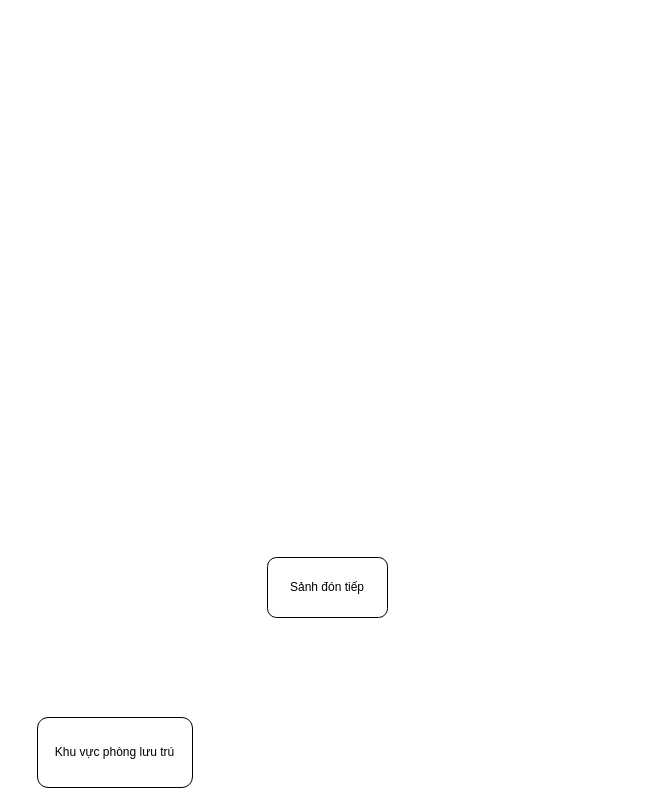
Before: page "Chuyên mục cần quản lí" (2 of 4) of LTQL/PersonalProject/Document/Project-Diagram.drawio in jusrisu2020/File-HK2-Nam3, a draw.io diagram. Source tidied: cells renumbered, new cells numbered last; positions are measured from the earlier drawing's top-left corner, leaving out a move shared by most shapes. Both pictures are drawn from the tidied source at 100%, with x=0, y=0 at pixel (37, 557).
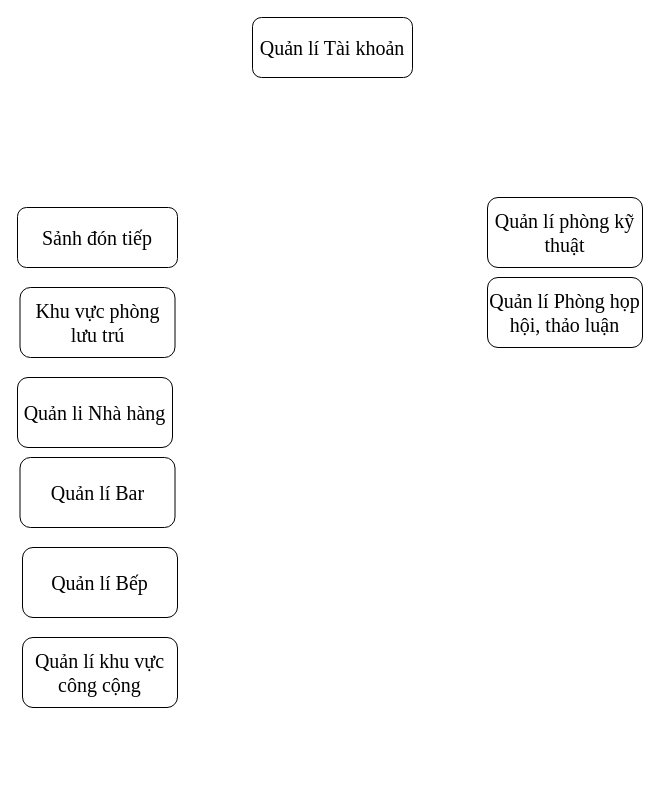
The same diagram, later.

Change to the diagram source:
```diff
@@
 <mxGraphModel>
   <root>
     <mxCell id="0" />
     <mxCell id="1" parent="0" />
-    <mxCell id="2" value="Sảnh đón tiếp" style="rounded=1;whiteSpace=wrap;html=1;" parent="1" vertex="1">
-      <mxGeometry x="230" width="120" height="60" as="geometry" />
+    <mxCell id="2" value="Sảnh đón tiếp" style="rounded=1;whiteSpace=wrap;html=1;fontFamily=Times New Roman;fontSize=20;" parent="1" vertex="1">
+      <mxGeometry x="-20" y="-350" width="160" height="60" as="geometry" />
     </mxCell>
-    <mxCell id="3" value="Khu vực phòng lưu trú" style="rounded=1;whiteSpace=wrap;html=1;" parent="1" vertex="1">
-      <mxGeometry y="160" width="155" height="70" as="geometry" />
+    <mxCell id="3" value="Khu vực phòng lưu trú" style="rounded=1;whiteSpace=wrap;html=1;fontFamily=Times New Roman;fontSize=20;" parent="1" vertex="1">
+      <mxGeometry x="-17.5" y="-270" width="155" height="70" as="geometry" />
     </mxCell>
+    <mxCell id="4" value="Quản lí Phòng họp hội, thảo luận" style="rounded=1;whiteSpace=wrap;html=1;fontSize=20;fontFamily=Times New Roman;" parent="1" vertex="1">
+      <mxGeometry x="450" y="-280" width="155" height="70" as="geometry" />
+    </mxCell>
+    <mxCell id="5" value="Quản lí phòng kỹ thuật" style="rounded=1;whiteSpace=wrap;html=1;fontSize=20;fontFamily=Times New Roman;" parent="1" vertex="1">
+      <mxGeometry x="450" y="-360" width="155" height="70" as="geometry" />
+    </mxCell>
+    <mxCell id="6" value="Quản li Nhà hàng" style="rounded=1;whiteSpace=wrap;html=1;fontSize=20;fontFamily=Times New Roman;" parent="1" vertex="1">
+      <mxGeometry x="-20" y="-180" width="155" height="70" as="geometry" />
+    </mxCell>
+    <mxCell id="7" value="Quản lí Bar" style="rounded=1;whiteSpace=wrap;html=1;fontSize=20;fontFamily=Times New Roman;" parent="1" vertex="1">
+      <mxGeometry x="-17.5" y="-100" width="155" height="70" as="geometry" />
+    </mxCell>
+    <mxCell id="8" value="Quản lí khu vực công cộng" style="rounded=1;whiteSpace=wrap;html=1;fontSize=20;fontFamily=Times New Roman;" parent="1" vertex="1">
+      <mxGeometry x="-15" y="80" width="155" height="70" as="geometry" />
+    </mxCell>
+    <mxCell id="9" value="Quản lí Bếp" style="rounded=1;whiteSpace=wrap;html=1;fontSize=20;fontFamily=Times New Roman;" parent="1" vertex="1">
+      <mxGeometry x="-15" y="-10" width="155" height="70" as="geometry" />
+    </mxCell>
+    <mxCell id="10" value="Quản lí Tài khoản" style="rounded=1;whiteSpace=wrap;html=1;fontFamily=Times New Roman;fontSize=20;" parent="1" vertex="1">
+      <mxGeometry x="215" y="-540" width="160" height="60" as="geometry" />
+    </mxCell>
   </root>
 </mxGraphModel>
```
